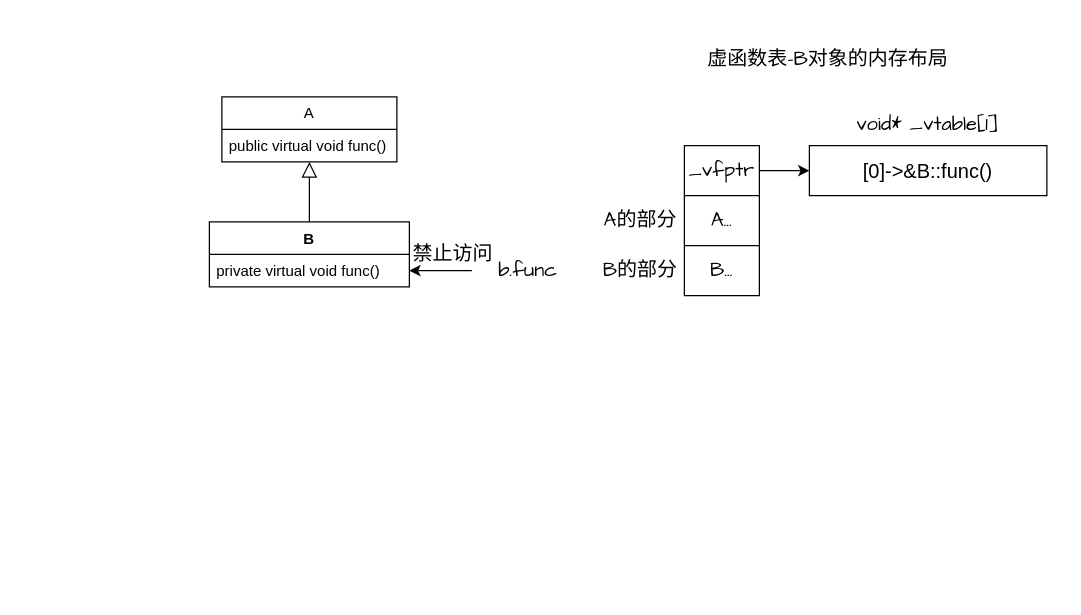
YangYang48/drawio keeps this draw.io diagram as using.drawio. Above is the earlier version. Source tidied: cells renumbered, new cells numbered last; positions are measured from the earlier drawing's top-left corner, leaving out a move shared by most shapes. Both pictures are drawn from the tidied source at 125%, with x=0, y=0 at pixel (209, 21).
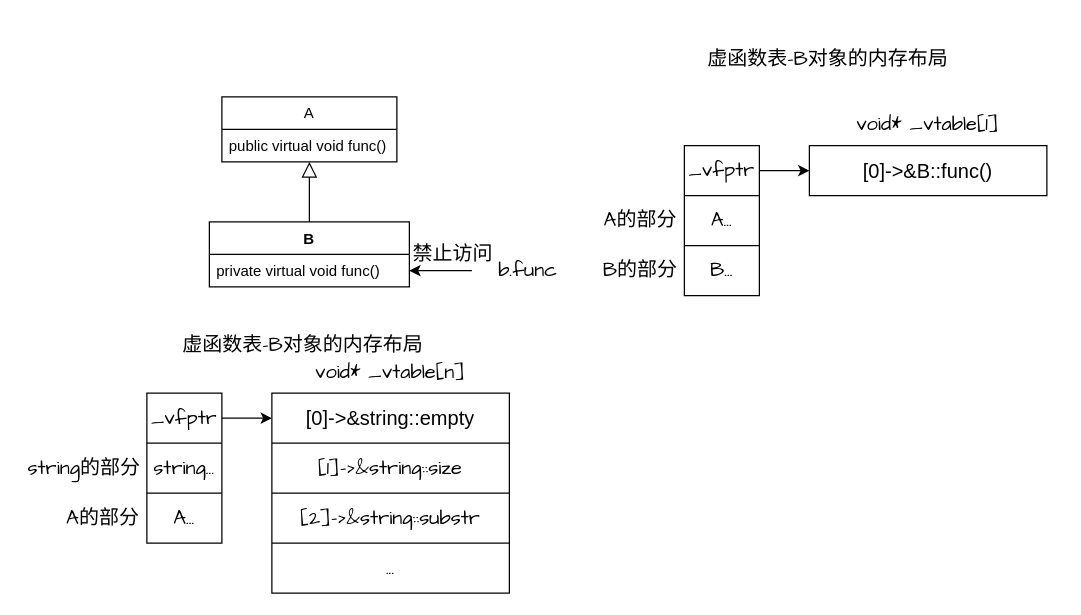
The same page after the edit.

Diff of the diagram source:
```diff
@@
+    <mxCell id="25" style="shape=table;startSize=0;childLayout=tableLayout;" parent="1" vertex="1">
+      <mxGeometry x="-50" y="297" width="60" height="120" as="geometry" />
+    </mxCell>
+    <mxCell id="26" style="shape=tableRow;horizontal=0;startSize=0;swimlaneHead=0;swimlaneBody=0;strokeColor=inherit;top=0;left=0;bottom=0;right=0;fillColor=none;points=[[0,0.5],[1,0.5]];portConstraint=eastwest;" parent="25" vertex="1">
+      <mxGeometry width="60" height="40" as="geometry" />
+    </mxCell>
+    <mxCell id="27" value="_vfptr" style="shape=partialRectangle;html=1;whiteSpace=wrap;strokeColor=inherit;overflow=hidden;fillColor=none;top=0;left=0;bottom=0;right=0;fontFamily=Comic Sans MS;fontSize=16;" parent="26" vertex="1">
+      <mxGeometry width="60" height="40" as="geometry" />
+    </mxCell>
+    <mxCell id="28" style="shape=tableRow;horizontal=0;startSize=0;swimlaneHead=0;swimlaneBody=0;strokeColor=inherit;top=0;left=0;bottom=0;right=0;fillColor=none;" parent="25" vertex="1">
+      <mxGeometry y="40" width="60" height="40" as="geometry" />
+    </mxCell>
+    <mxCell id="29" value="string..." style="shape=partialRectangle;html=1;whiteSpace=wrap;strokeColor=inherit;overflow=hidden;fillColor=none;top=0;left=0;bottom=0;right=0;fontFamily=Comic Sans MS;fontSize=16;" parent="28" vertex="1">
+      <mxGeometry width="60" height="40" as="geometry" />
+    </mxCell>
+    <mxCell id="30" style="shape=tableRow;horizontal=0;startSize=0;swimlaneHead=0;swimlaneBody=0;strokeColor=inherit;top=0;left=0;bottom=0;right=0;fillColor=none;" parent="25" vertex="1">
+      <mxGeometry y="80" width="60" height="40" as="geometry" />
+    </mxCell>
+    <mxCell id="31" value="A..." style="shape=partialRectangle;html=1;whiteSpace=wrap;strokeColor=inherit;overflow=hidden;fillColor=none;top=0;left=0;bottom=0;right=0;fontFamily=Comic Sans MS;fontSize=16;" parent="30" vertex="1">
+      <mxGeometry width="60" height="40" as="geometry" />
+    </mxCell>
+    <mxCell id="32" value="&lt;font face=&quot;Comic Sans MS&quot;&gt;&lt;span style=&quot;font-size: 16px;&quot;&gt;string的部分&lt;/span&gt;&lt;/font&gt;" style="rounded=1;whiteSpace=wrap;html=1;fillColor=none;strokeColor=none;" parent="1" vertex="1">
+      <mxGeometry x="-150" y="327" width="100" height="60" as="geometry" />
+    </mxCell>
+    <mxCell id="33" value="&lt;font face=&quot;Comic Sans MS&quot;&gt;&lt;span style=&quot;font-size: 16px;&quot;&gt;A的部分&lt;/span&gt;&lt;/font&gt;" style="rounded=1;whiteSpace=wrap;html=1;fillColor=none;strokeColor=none;" parent="1" vertex="1">
+      <mxGeometry x="-120" y="367" width="70" height="60" as="geometry" />
+    </mxCell>
+    <mxCell id="34" style="edgeStyle=orthogonalEdgeStyle;rounded=0;jettySize=auto;html=1;exitX=1;exitY=0.5;exitDx=0;exitDy=0;" parent="1" edge="1" source="26">
+      <mxGeometry relative="1" as="geometry">
+        <mxPoint x="50" y="317" as="targetPoint" />
+      </mxGeometry>
+    </mxCell>
+    <mxCell id="35" style="shape=table;startSize=0;childLayout=tableLayout;" parent="1" vertex="1">
+      <mxGeometry x="50" y="297" width="190" height="160" as="geometry" />
+    </mxCell>
+    <mxCell id="36" style="shape=tableRow;horizontal=0;startSize=0;swimlaneHead=0;swimlaneBody=0;strokeColor=inherit;top=0;left=0;bottom=0;right=0;fillColor=none;" parent="35" vertex="1">
+      <mxGeometry width="190" height="40" as="geometry" />
+    </mxCell>
+    <mxCell id="37" value="&lt;font style=&quot;font-size: 16px;&quot;&gt;[0]-&amp;gt;&amp;amp;string::empty&lt;/font&gt;" style="shape=partialRectangle;html=1;whiteSpace=wrap;strokeColor=inherit;overflow=hidden;fillColor=none;top=0;left=0;bottom=0;right=0;" parent="36" vertex="1">
+      <mxGeometry width="190" height="40" as="geometry" />
+    </mxCell>
+    <mxCell id="38" style="shape=tableRow;horizontal=0;startSize=0;swimlaneHead=0;swimlaneBody=0;strokeColor=inherit;top=0;left=0;bottom=0;right=0;fillColor=none;" parent="35" vertex="1">
+      <mxGeometry y="40" width="190" height="40" as="geometry" />
+    </mxCell>
+    <mxCell id="39" value="[1]-&amp;gt;&amp;amp;string::size" style="shape=partialRectangle;html=1;whiteSpace=wrap;strokeColor=inherit;overflow=hidden;fillColor=none;top=0;left=0;bottom=0;right=0;fontFamily=Comic Sans MS;fontSize=16;" parent="38" vertex="1">
+      <mxGeometry width="190" height="40" as="geometry" />
+    </mxCell>
+    <mxCell id="40" style="shape=tableRow;horizontal=0;startSize=0;swimlaneHead=0;swimlaneBody=0;strokeColor=inherit;top=0;left=0;bottom=0;right=0;fillColor=none;" parent="35" vertex="1">
+      <mxGeometry y="80" width="190" height="40" as="geometry" />
+    </mxCell>
+    <mxCell id="41" value="[2]-&amp;gt;&amp;amp;string::substr" style="shape=partialRectangle;html=1;whiteSpace=wrap;strokeColor=inherit;overflow=hidden;fillColor=none;top=0;left=0;bottom=0;right=0;fontFamily=Comic Sans MS;fontSize=16;" parent="40" vertex="1">
+      <mxGeometry width="190" height="40" as="geometry" />
+    </mxCell>
+    <mxCell id="42" style="shape=tableRow;horizontal=0;startSize=0;swimlaneHead=0;swimlaneBody=0;strokeColor=inherit;top=0;left=0;bottom=0;right=0;fillColor=none;" parent="35" vertex="1">
+      <mxGeometry y="120" width="190" height="40" as="geometry" />
+    </mxCell>
+    <mxCell id="43" value="..." style="shape=partialRectangle;html=1;whiteSpace=wrap;strokeColor=inherit;overflow=hidden;fillColor=none;top=0;left=0;bottom=0;right=0;fontFamily=Comic Sans MS;fontSize=16;" parent="42" vertex="1">
+      <mxGeometry width="190" height="40" as="geometry" />
+    </mxCell>
+    <mxCell id="44" value="&lt;font face=&quot;Comic Sans MS&quot;&gt;&lt;span style=&quot;font-size: 16px;&quot;&gt;void* _vtable[n]&lt;/span&gt;&lt;/font&gt;" style="rounded=1;whiteSpace=wrap;html=1;fillColor=none;strokeColor=none;" parent="1" vertex="1">
+      <mxGeometry x="40" y="250" width="210" height="60" as="geometry" />
+    </mxCell>
+    <mxCell id="45" value="&lt;font face=&quot;Comic Sans MS&quot;&gt;&lt;span style=&quot;font-size: 16px;&quot;&gt;虚函数表-B对象的内存布局&lt;/span&gt;&lt;/font&gt;" style="rounded=1;whiteSpace=wrap;html=1;fillColor=none;strokeColor=none;" parent="1" vertex="1">
+      <mxGeometry x="-30" y="229" width="210" height="60" as="geometry" />
+    </mxCell>
```
